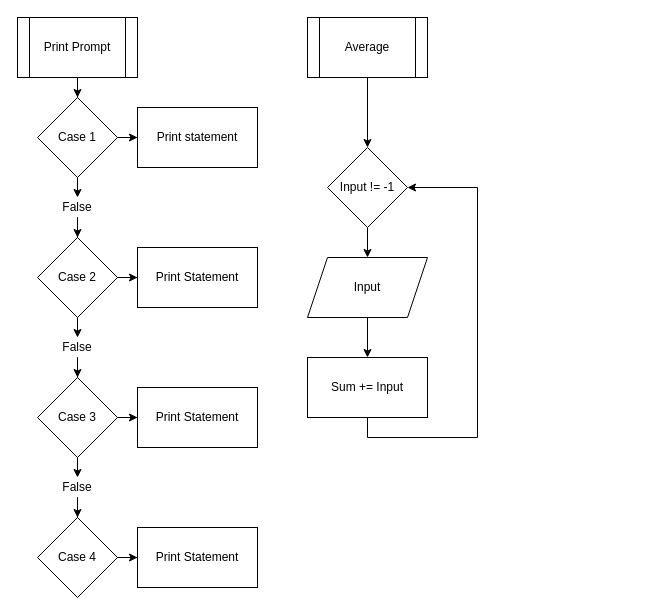
This is page "Page-2" (2 of 2) of Layouts/Project 4.drawio from Sukhvsin2/CS-155-Projects, a draw.io file, before an edit. Source tidied: cells renumbered, new cells numbered last; positions are measured from the earlier drawing's top-left corner, leaving out a move shared by most shapes. Both pictures are drawn from the tidied source at 100%, with x=0, y=0 at pixel (17, 17).
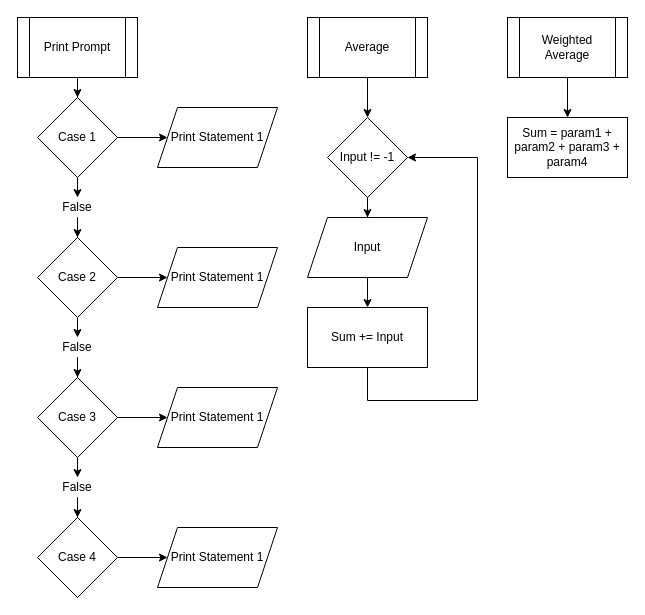
Above is the later version.

Commit message:
Print function styling correction

The change refers to these unchanged cells:
```xml
<mxCell id="6" value="Case 1" style="rhombus;whiteSpace=wrap;html=1;" parent="1" vertex="1">
  <mxGeometry x="20" y="80" width="80" height="80" as="geometry" />
</mxCell>
<mxCell id="12" value="Case 2" style="rhombus;whiteSpace=wrap;html=1;" parent="1" vertex="1">
  <mxGeometry x="20" y="220" width="80" height="80" as="geometry" />
</mxCell>
<mxCell id="18" value="Case 3" style="rhombus;whiteSpace=wrap;html=1;" parent="1" vertex="1">
  <mxGeometry x="20" y="360" width="80" height="80" as="geometry" />
</mxCell>
<mxCell id="23" value="Case 4" style="rhombus;whiteSpace=wrap;html=1;" parent="1" vertex="1">
  <mxGeometry x="20" y="500" width="80" height="80" as="geometry" />
</mxCell>
```

Diff of the diagram source:
```diff
@@
-    <mxCell id="4" style="edgeStyle=orthogonalEdgeStyle;rounded=0;jettySize=auto;html=1;" parent="1" edge="1" source="6" target="7">
+    <mxCell id="4" style="edgeStyle=orthogonalEdgeStyle;rounded=0;jettySize=auto;html=1;entryX=0;entryY=0.5;entryDx=0;entryDy=0;" parent="1" edge="1" source="6" target="36">
       <mxGeometry relative="1" as="geometry" />
     </mxCell>
@@
-    <mxCell id="7" value="Print statement" style="whiteSpace=wrap;html=1;" parent="1" vertex="1">
-      <mxGeometry x="120" y="90" width="120" height="60" as="geometry" />
-    </mxCell>
@@
-    <mxCell id="10" style="edgeStyle=orthogonalEdgeStyle;rounded=0;jettySize=auto;html=1;" parent="1" edge="1" source="12" target="13">
+    <mxCell id="10" style="edgeStyle=orthogonalEdgeStyle;rounded=0;jettySize=auto;html=1;entryX=0;entryY=0.5;entryDx=0;entryDy=0;" parent="1" edge="1" source="12" target="37">
       <mxGeometry relative="1" as="geometry" />
     </mxCell>
@@
-    <mxCell id="13" value="Print Statement" style="whiteSpace=wrap;html=1;" parent="1" vertex="1">
-      <mxGeometry x="120" y="230" width="120" height="60" as="geometry" />
-    </mxCell>
@@
-    <mxCell id="16" style="edgeStyle=orthogonalEdgeStyle;rounded=0;jettySize=auto;html=1;" parent="1" edge="1" source="18" target="19">
+    <mxCell id="16" style="edgeStyle=orthogonalEdgeStyle;rounded=0;jettySize=auto;html=1;" parent="1" edge="1" source="18" target="38">
       <mxGeometry relative="1" as="geometry" />
     </mxCell>
@@
-    <mxCell id="19" value="Print Statement" style="whiteSpace=wrap;html=1;" parent="1" vertex="1">
-      <mxGeometry x="120" y="370" width="120" height="60" as="geometry" />
-    </mxCell>
@@
-    <mxCell id="22" style="edgeStyle=orthogonalEdgeStyle;rounded=0;jettySize=auto;html=1;" parent="1" edge="1" source="23" target="24">
+    <mxCell id="22" style="edgeStyle=orthogonalEdgeStyle;rounded=0;jettySize=auto;html=1;entryX=0;entryY=0.5;entryDx=0;entryDy=0;" parent="1" edge="1" source="23" target="39">
       <mxGeometry relative="1" as="geometry" />
     </mxCell>
@@
-    <mxCell id="24" value="Print Statement" style="whiteSpace=wrap;html=1;" parent="1" vertex="1">
-      <mxGeometry x="120" y="510" width="120" height="60" as="geometry" />
-    </mxCell>
@@
     <mxCell id="28" value="Input != -1" style="rhombus;whiteSpace=wrap;html=1;" parent="1" vertex="1">
-      <mxGeometry x="310" y="130" width="80" height="80" as="geometry" />
+      <mxGeometry x="310" y="100" width="80" height="80" as="geometry" />
     </mxCell>
@@
     <mxCell id="30" value="Input" style="shape=parallelogram;perimeter=parallelogramPerimeter;whiteSpace=wrap;html=1;fixedSize=1;" parent="1" vertex="1">
-      <mxGeometry x="290" y="240" width="120" height="60" as="geometry" />
+      <mxGeometry x="290" y="200" width="120" height="60" as="geometry" />
     </mxCell>
-    <mxCell id="31" style="edgeStyle=orthogonalEdgeStyle;rounded=0;jettySize=auto;html=1;exitX=0.5;exitY=1;exitDx=0;exitDy=0;entryX=1;entryY=0.5;entryDx=0;entryDy=0;" parent="1" edge="1" source="32" target="28">
+    <mxCell id="31" style="edgeStyle=orthogonalEdgeStyle;rounded=0;orthogonalLoop=1;jettySize=auto;html=1;exitX=0.5;exitY=1;exitDx=0;exitDy=0;entryX=1;entryY=0.5;entryDx=0;entryDy=0;" parent="1" edge="1">
       <mxGeometry relative="1" as="geometry">
+        <mxPoint x="350" y="350" as="sourcePoint" />
+        <mxPoint x="390" y="140" as="targetPoint" />
         <Array as="points">
-          <mxPoint x="350" y="420" />
-          <mxPoint x="460" y="420" />
-          <mxPoint x="460" y="170" />
+          <mxPoint x="350" y="383" />
+          <mxPoint x="460" y="383" />
+          <mxPoint x="460" y="140" />
         </Array>
       </mxGeometry>
     </mxCell>
     <mxCell id="32" value="Sum += Input" style="whiteSpace=wrap;html=1;" parent="1" vertex="1">
-      <mxGeometry x="290" y="340" width="120" height="60" as="geometry" />
+      <mxGeometry x="290" y="290" width="120" height="60" as="geometry" />
     </mxCell>
+    <mxCell id="33" style="edgeStyle=orthogonalEdgeStyle;rounded=0;jettySize=auto;html=1;" parent="1" edge="1" source="34" target="35">
+      <mxGeometry relative="1" as="geometry" />
+    </mxCell>
+    <mxCell id="34" value="Weighted Average" style="shape=process;whiteSpace=wrap;html=1;backgroundOutline=1;" parent="1" vertex="1">
+      <mxGeometry x="490" width="120" height="60" as="geometry" />
+    </mxCell>
+    <mxCell id="35" value="Sum = param1 + param2 + param3 + param4" style="whiteSpace=wrap;html=1;" parent="1" vertex="1">
+      <mxGeometry x="490" y="100" width="120" height="60" as="geometry" />
+    </mxCell>
+    <mxCell id="36" value="Print Statement 1" style="shape=parallelogram;perimeter=parallelogramPerimeter;whiteSpace=wrap;html=1;fixedSize=1;" parent="1" vertex="1">
+      <mxGeometry x="140" y="90" width="120" height="60" as="geometry" />
+    </mxCell>
+    <mxCell id="37" value="Print Statement 1" style="shape=parallelogram;perimeter=parallelogramPerimeter;whiteSpace=wrap;html=1;fixedSize=1;" parent="1" vertex="1">
+      <mxGeometry x="140" y="230" width="120" height="60" as="geometry" />
+    </mxCell>
+    <mxCell id="38" value="Print Statement 1" style="shape=parallelogram;perimeter=parallelogramPerimeter;whiteSpace=wrap;html=1;fixedSize=1;" parent="1" vertex="1">
+      <mxGeometry x="140" y="370" width="120" height="60" as="geometry" />
+    </mxCell>
+    <mxCell id="39" value="Print Statement 1" style="shape=parallelogram;perimeter=parallelogramPerimeter;whiteSpace=wrap;html=1;fixedSize=1;" parent="1" vertex="1">
+      <mxGeometry x="140" y="510" width="120" height="60" as="geometry" />
+    </mxCell>
```
